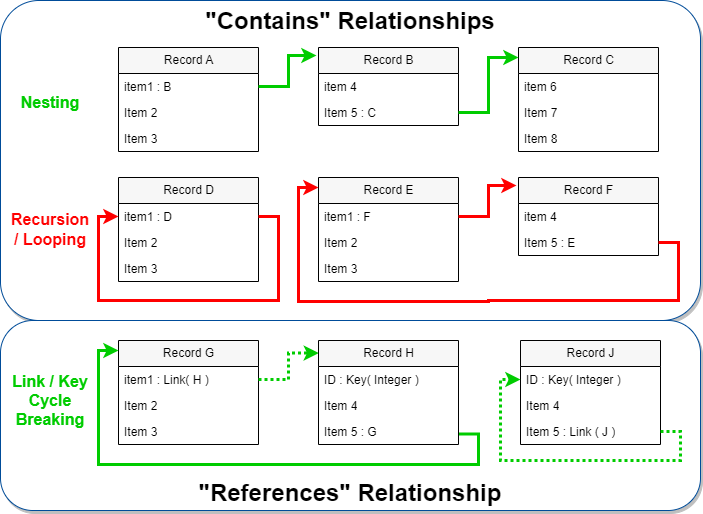
Above: images/contains-references.drawio.png in oasis-tcs/openc2-jadn-im (draw.io), before the change. Source tidied: cells renumbered, new cells last; positions are measured from the earlier drawing's top-left corner, leaving out a move shared by most shapes.
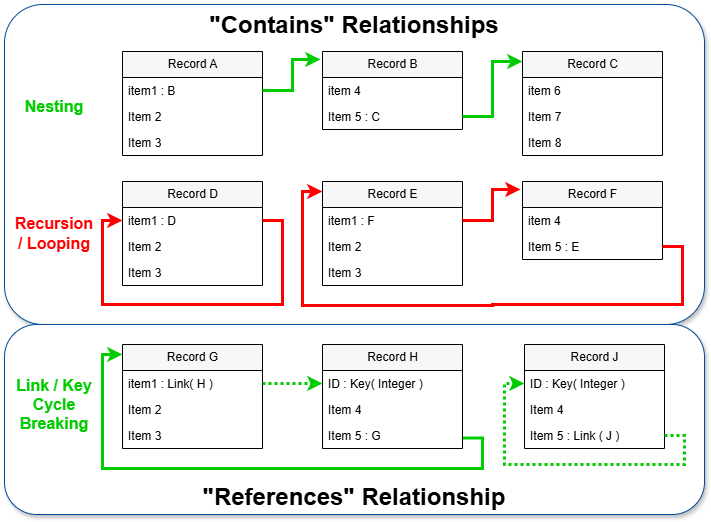
After the commit.

Commit message:
refine key / link diagram (fig 4-1)

Diff of the diagram source:
```diff
@@ -124,7 +124,7 @@
     <mxCell id="37" value="Item 3" style="text;strokeColor=none;fillColor=none;align=left;verticalAlign=top;spacingLeft=4;spacingRight=4;overflow=hidden;whiteSpace=wrap;html=1;" parent="34" vertex="1">
       <mxGeometry y="78" width="140" height="26" as="geometry" />
     </mxCell>
-    <mxCell id="38" style="edgeStyle=orthogonalEdgeStyle;rounded=0;jettySize=auto;html=1;exitX=1;exitY=0.5;exitDx=0;exitDy=0;entryX=0.003;entryY=0.121;entryDx=0;entryDy=0;entryPerimeter=0;dashed=1;strokeWidth=3;strokeColor=#00CC00;dashPattern=1 1;" parent="4" edge="1" source="35" target="40">
+    <mxCell id="38" style="edgeStyle=orthogonalEdgeStyle;rounded=0;jettySize=auto;html=1;exitX=1;exitY=0.5;exitDx=0;exitDy=0;entryX=0;entryY=0.5;entryDx=0;entryDy=0;dashed=1;strokeWidth=3;strokeColor=#00CC00;dashPattern=1 1;" parent="4" edge="1" source="35" target="41">
       <mxGeometry relative="1" as="geometry" />
     </mxCell>
     <mxCell id="39" style="edgeStyle=orthogonalEdgeStyle;rounded=0;jettySize=auto;html=1;exitX=1.003;exitY=0.594;exitDx=0;exitDy=0;entryX=0;entryY=0.096;entryDx=0;entryDy=0;entryPerimeter=0;exitPerimeter=0;strokeWidth=3;strokeColor=#00CC00;" parent="4" edge="1" source="43" target="34">
```
